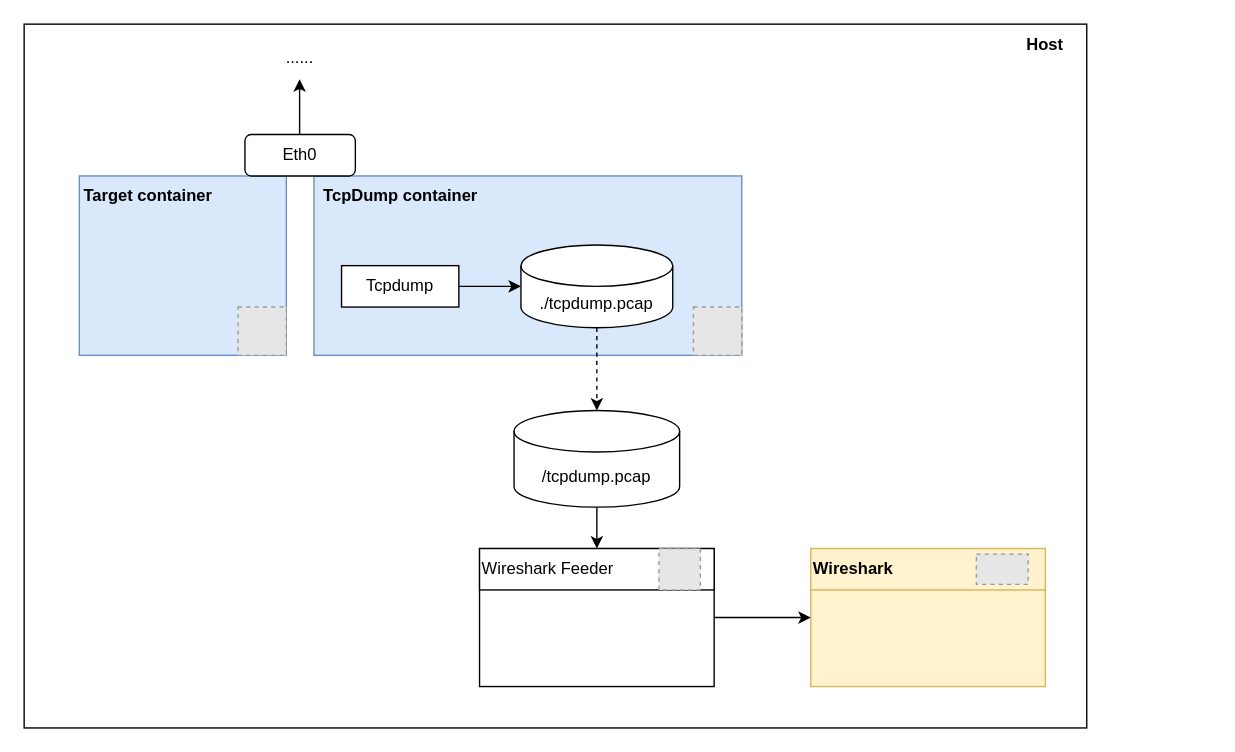
The draw.io diagram Doc/draw.drawio in VanDng/GoogleAnalyticDomains, before the edit. Source tidied: cells renumbered, new cells numbered last; positions are measured from the earlier drawing's top-left corner, leaving out a move shared by most shapes. Both pictures are drawn from the tidied source at 138%, with x=0, y=0 at pixel (23, 23). Pictures stored in the file or linked from it are replaced by grey dashed boxes.
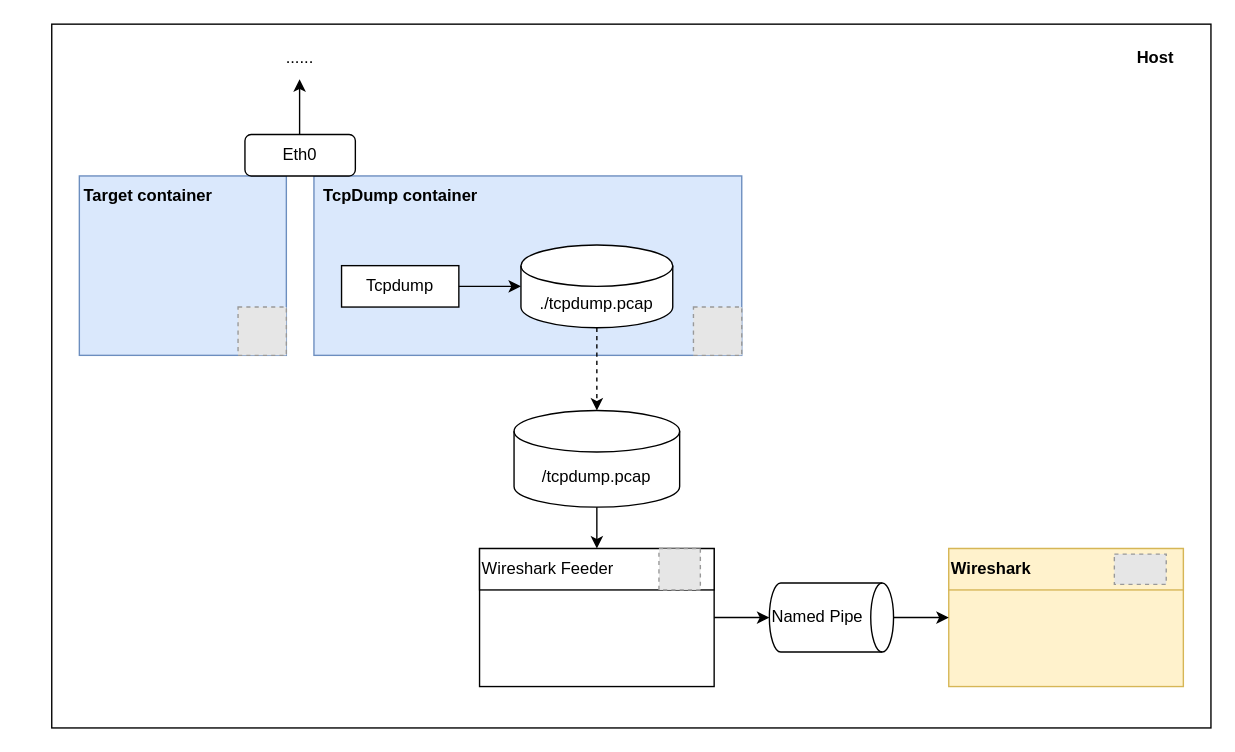
Above is the later version.

The change refers to these unchanged cells:
```xml
<mxCell id="9" style="rounded=0;whiteSpace=wrap;html=1;" parent="8" vertex="1">
  <mxGeometry width="170" height="100" as="geometry" />
</mxCell>
<mxCell id="21" style="rounded=0;whiteSpace=wrap;html=1;fillColor=#fff2cc;strokeColor=#d6b656;" parent="20" vertex="1">
  <mxGeometry width="170" height="100" as="geometry" />
</mxCell>
```

What changed in the source:
```diff
@@
     <mxCell id="2" style="rounded=0;whiteSpace=wrap;html=1;" parent="1" vertex="1">
-      <mxGeometry width="770" height="510" as="geometry" />
+      <mxGeometry x="20" width="840" height="510" as="geometry" />
     </mxCell>
@@
     <mxCell id="20" style="group;align=left;" parent="1" vertex="1">
-      <mxGeometry x="570" y="380" width="188.2" height="100" as="geometry" />
+      <mxGeometry x="670" y="380" width="188.2" height="100" as="geometry" />
     </mxCell>
@@
-    <mxCell id="26" style="endArrow=classic;html=1;rounded=0;entryX=0;entryY=0.5;entryDx=0;entryDy=0;exitX=1;exitY=0.5;exitDx=0;exitDy=0;" parent="1" edge="1" source="9" target="21">
+    <mxCell id="26" style="endArrow=classic;html=1;rounded=0;exitX=1;exitY=0.5;exitDx=0;exitDy=0;entryX=0;entryY=0.5;entryDx=0;entryDy=0;entryPerimeter=0;" parent="1" edge="1" source="9" target="29">
       <mxGeometry relative="1" as="geometry" />
     </mxCell>
     <mxCell id="27" value="Host" style="text;html=1;strokeColor=none;fillColor=none;align=center;verticalAlign=middle;whiteSpace=wrap;rounded=0;fontStyle=1;" parent="1" vertex="1">
-      <mxGeometry x="710" width="60" height="30" as="geometry" />
+      <mxGeometry x="790" y="10" width="60" height="30" as="geometry" />
     </mxCell>
+    <mxCell id="28" style="edgeStyle=orthogonalEdgeStyle;rounded=0;jettySize=auto;html=1;exitX=1;exitY=0.5;exitDx=0;exitDy=0;exitPerimeter=0;" parent="1" edge="1" source="29">
+      <mxGeometry relative="1" as="geometry">
+        <mxPoint x="670" y="430" as="targetPoint" />
+      </mxGeometry>
+    </mxCell>
+    <mxCell id="29" value="Named Pipe" style="strokeWidth=1;html=1;shape=mxgraph.flowchart.direct_data;whiteSpace=wrap;align=left;fontSize=12;" parent="1" vertex="1">
+      <mxGeometry x="540" y="405" width="90" height="50" as="geometry" />
+    </mxCell>
```
